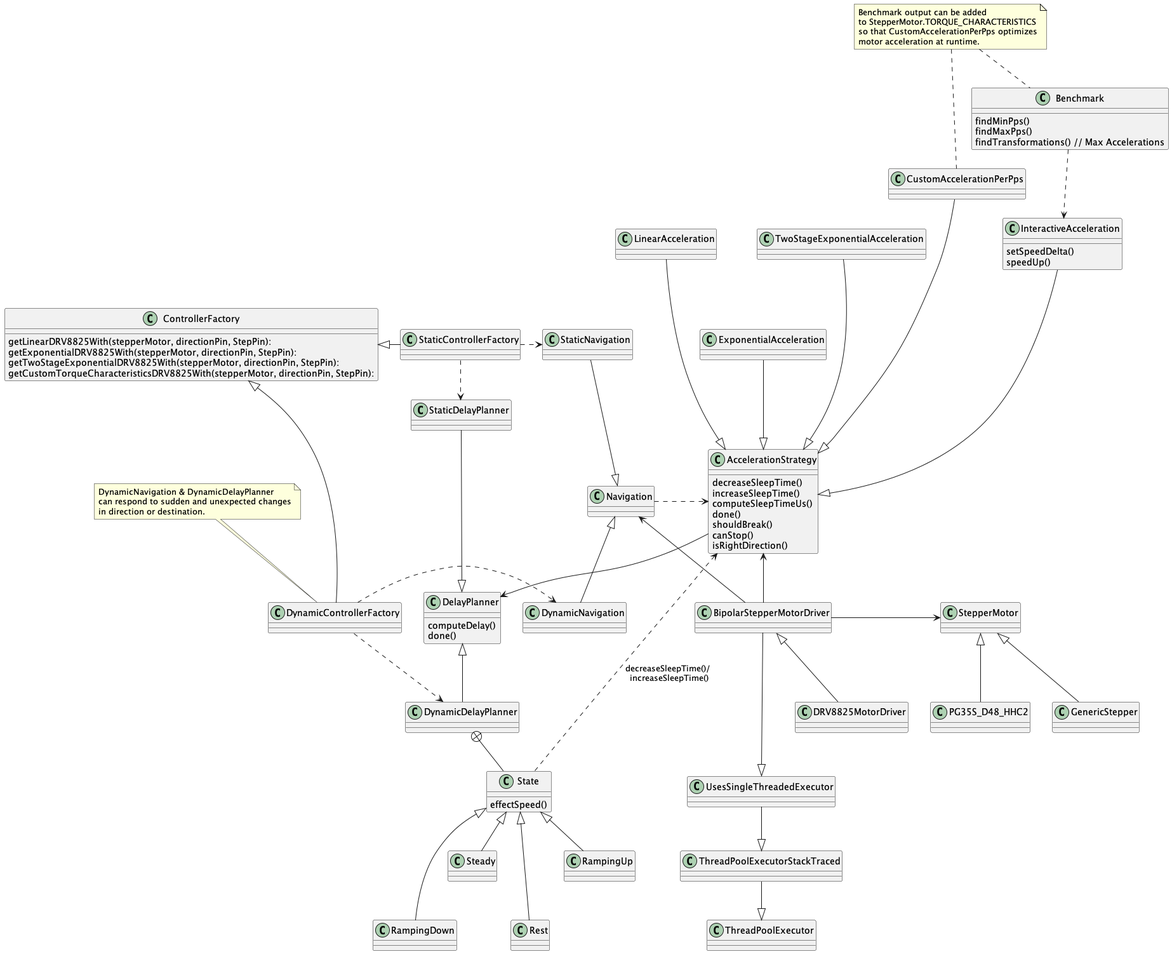
Earlier version of the PlantUML export doc/collab.png (juanmf/StepperMotors).
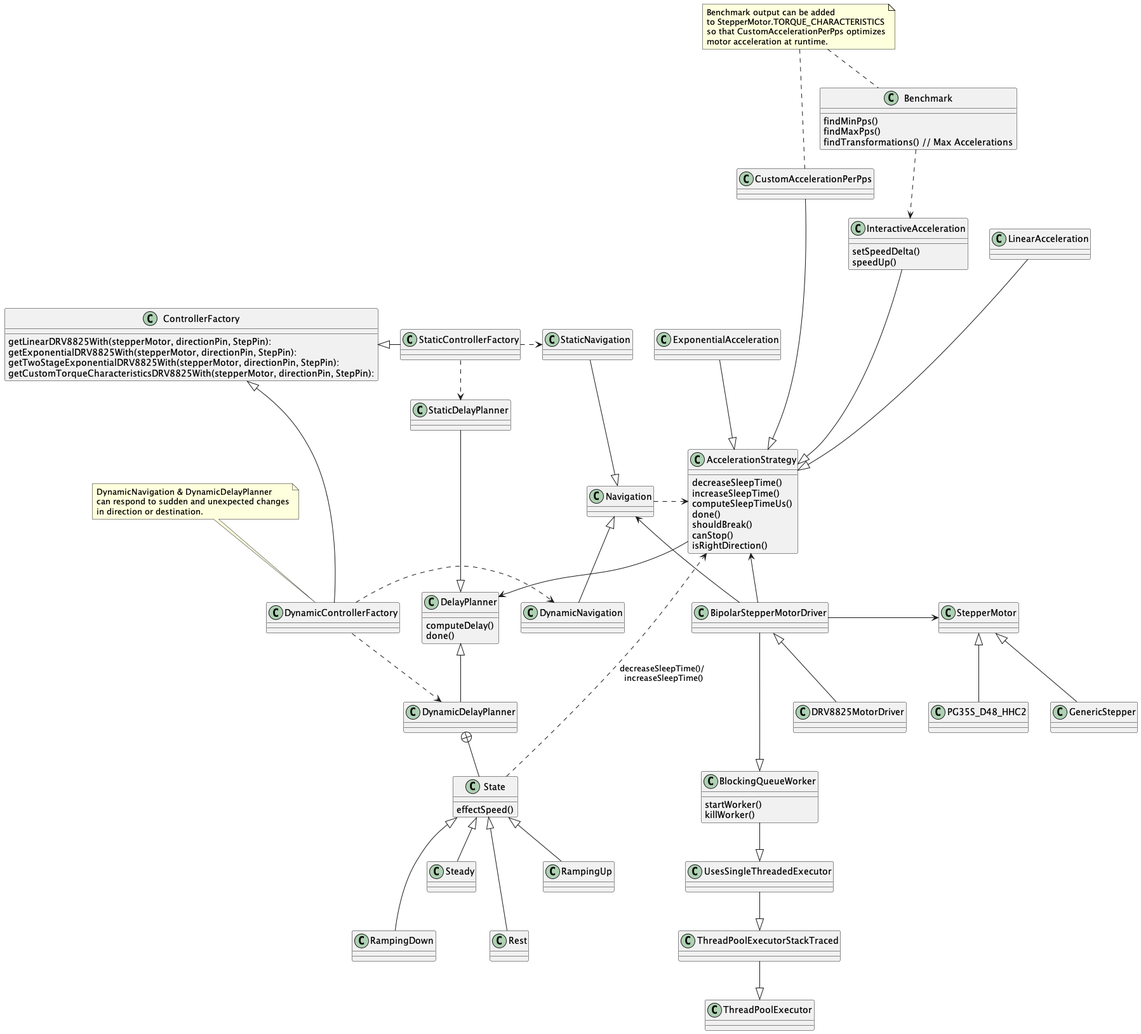
Above is the later version.

Change to the diagram source:
```diff
@@ -1,4 +1,8 @@
 @startuml
+class BlockingQueueWorker {
+    startWorker()
+    killWorker()
+}
 class UsesSingleThreadedExecutor
 class ThreadPoolExecutorStackTraced
 
@@ -40,7 +44,6 @@
 
 class LinearAcceleration
 class ExponentialAcceleration
-class TwoStageExponentialAcceleration
 class CustomAccelerationPerPps
 class InteractiveAcceleration{
 setSpeedDelta()
@@ -60,8 +63,8 @@
 
 ThreadPoolExecutorStackTraced --|> ThreadPoolExecutor
 UsesSingleThreadedExecutor --|> ThreadPoolExecutorStackTraced
-
-BipolarStepperMotorDriver ---|> UsesSingleThreadedExecutor
+BlockingQueueWorker --|> UsesSingleThreadedExecutor
+BipolarStepperMotorDriver ---|> BlockingQueueWorker
 
 PG35S_D48_HHC2 -up-|> StepperMotor
 GenericStepper -up-|> StepperMotor
@@ -85,7 +88,6 @@
 
 LinearAcceleration ---|> AccelerationStrategy
 ExponentialAcceleration --|> AccelerationStrategy
-TwoStageExponentialAcceleration ---|> AccelerationStrategy
 CustomAccelerationPerPps --|> AccelerationStrategy
 InteractiveAcceleration ---|> AccelerationStrategy
 
```
